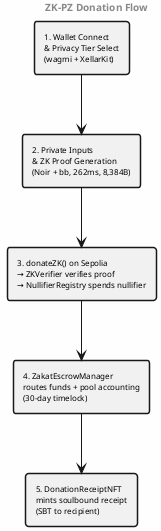
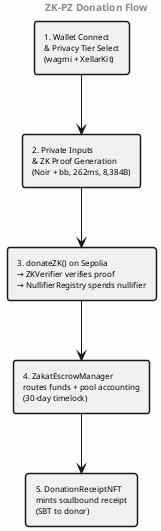
@startuml
skinparam backgroundColor #FEFEFE
skinparam shadowing false
skinparam defaultFontName Times-Roman
skinparam defaultFontSize 8
skinparam rectangleBorderThickness 1.5

header <b>ZK-PZ Donation Flow</b>

rectangle "1. Wallet Connect\n& Privacy Tier Select\n(wagmi + XellarKit)" as S1
rectangle "2. Private Inputs\n& ZK Proof Generation\n(Noir + bb, 262ms, 8,384B)" as S2
rectangle "3. donateZK() on Sepolia\n→ ZKVerifier verifies proof\n→ NullifierRegistry spends nullifier" as S3
rectangle "4. ZakatEscrowManager\nroutes funds + pool accounting\n(30-day timelock)" as S4
- rectangle "5. DonationReceiptNFT\nmints soulbound receipt\n(SBT to recipient)" as S5
+ rectangle "5. DonationReceiptNFT\nmints soulbound receipt\n(SBT to donor)" as S5

S1 -down-> S2
S2 -down-> S3
S3 -down-> S4
S4 -down-> S5

@enduml
